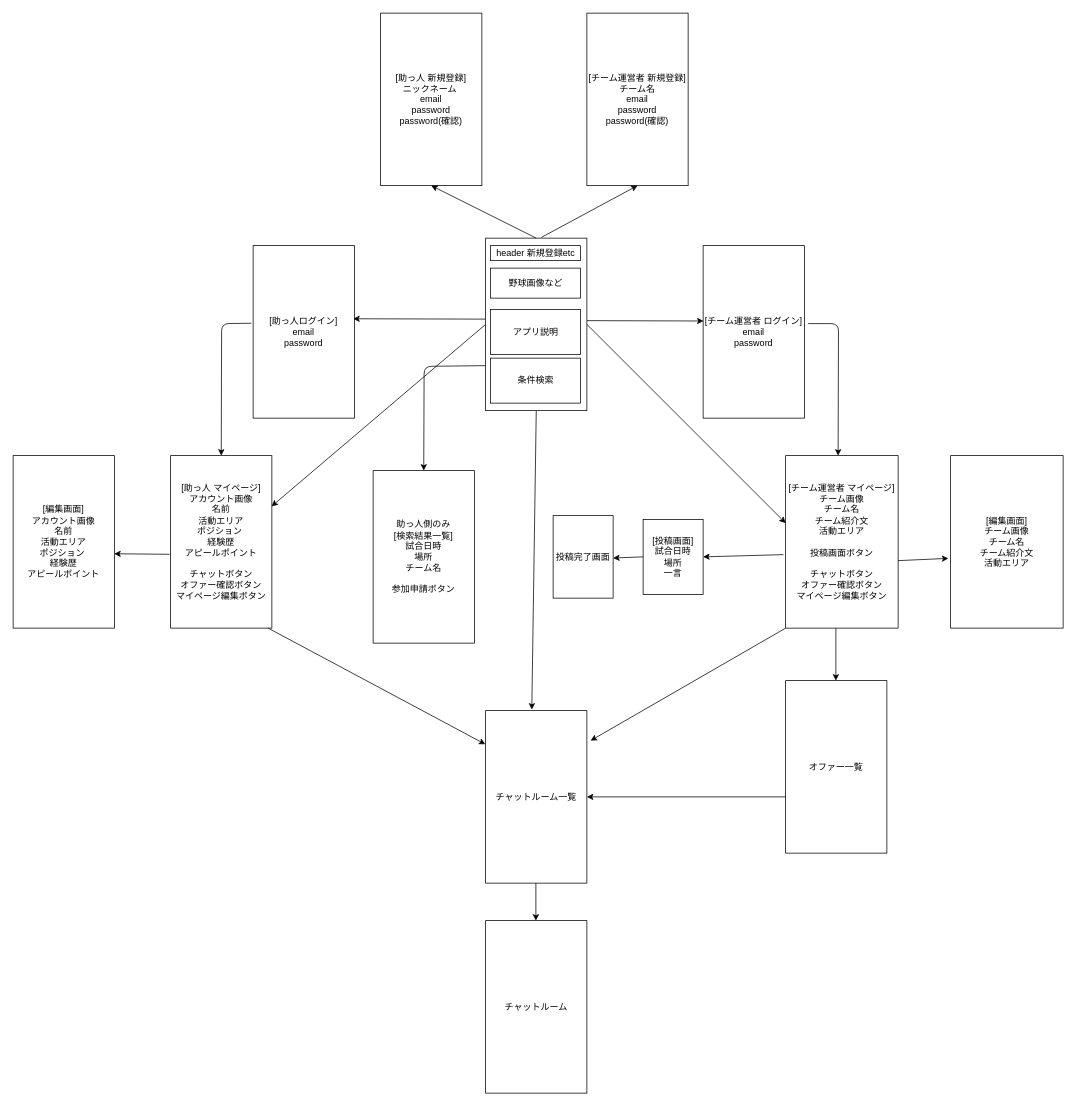
Earlier version of the draw.io diagram demo.drawio (rikudomoto/webtest). Source tidied: cells renumbered, new cells numbered last; positions are measured from the earlier drawing's top-left corner, leaving out a move shared by most shapes. Both pictures are drawn from the tidied source at 75%, with x=0, y=0 at pixel (13, 13).
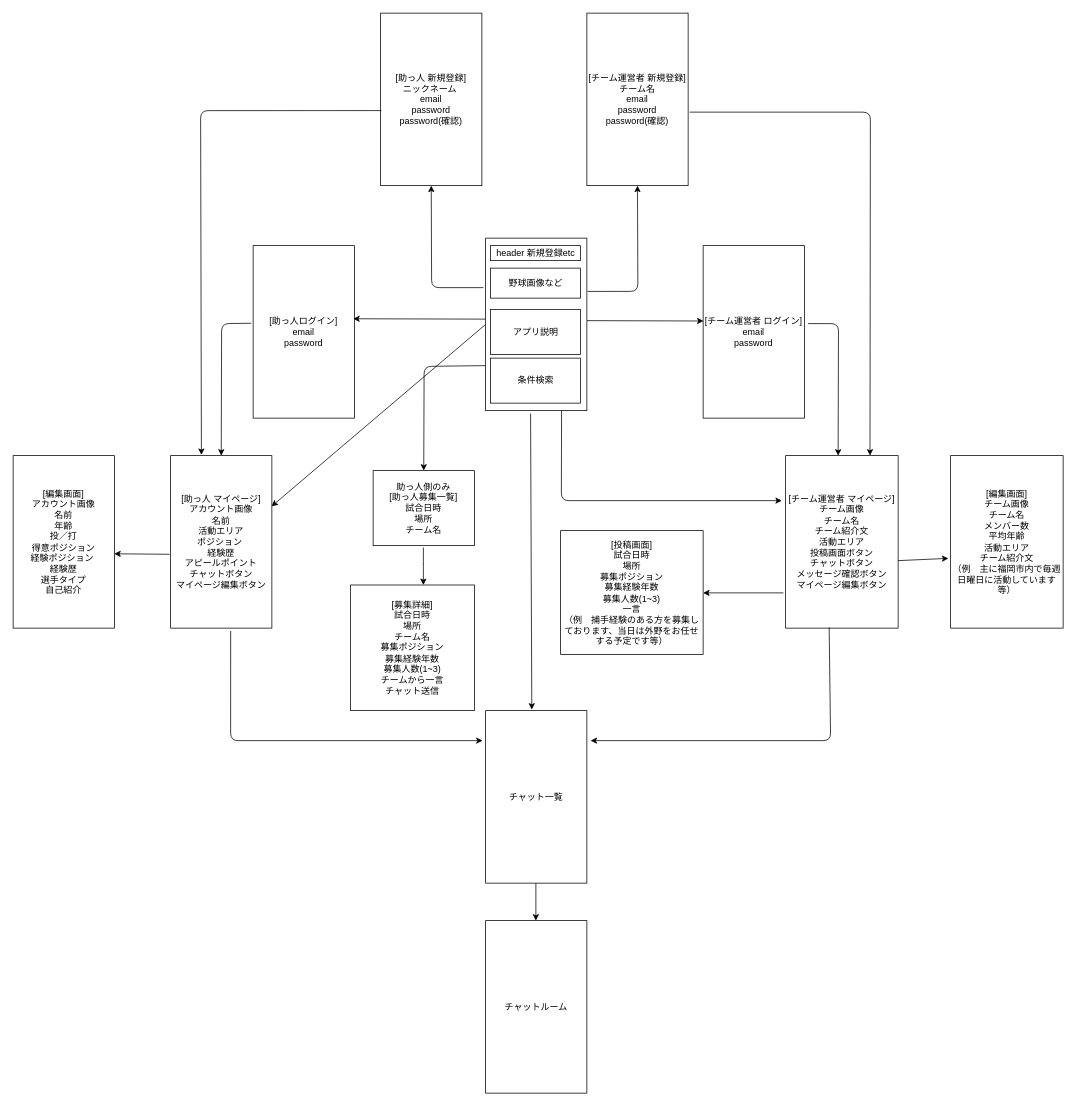
After the change.

Commit message (it also covers changes not shown here):
画面遷移図の修正

The change refers to these unchanged cells:
```xml
<mxCell id="25" value="[助っ人 新規登録]&lt;br&gt;ニックネーム&amp;nbsp;&lt;br&gt;email&lt;br&gt;password&lt;br&gt;password(確認)" style="rounded=0;whiteSpace=wrap;html=1;" parent="1" vertex="1">
  <mxGeometry x="490" width="135" height="230" as="geometry" />
</mxCell>
<mxCell id="27" style="rounded=0;whiteSpace=wrap;html=1;" parent="1" vertex="1">
  <mxGeometry x="630" y="300" width="135" height="230" as="geometry" />
</mxCell>
<mxCell id="33" value="[チーム運営者 新規登録]&lt;br&gt;チーム名&lt;br&gt;email&lt;br&gt;password&lt;br&gt;password(確認)" style="rounded=0;whiteSpace=wrap;html=1;" parent="1" vertex="1">
  <mxGeometry x="765" width="135" height="230" as="geometry" />
</mxCell>
```

The edit, as a diff of the source:
```diff
@@
-    <mxCell id="4" value="助っ人側のみ&lt;br&gt;[検索結果一覧]&lt;br&gt;試合日時&lt;br&gt;場所&lt;br&gt;チーム名&lt;br&gt;&lt;br&gt;参加申請ボタン" style="rounded=0;whiteSpace=wrap;html=1;" parent="1" vertex="1">
-      <mxGeometry x="480" y="610" width="135" height="230" as="geometry" />
+    <mxCell id="4" value="助っ人側のみ&lt;br&gt;[助っ人募集一覧]&lt;br&gt;試合日時&lt;br&gt;場所&lt;br&gt;チーム名" style="rounded=0;whiteSpace=wrap;html=1;" parent="1" vertex="1">
+      <mxGeometry x="480" y="610" width="135" height="100" as="geometry" />
     </mxCell>
-    <mxCell id="5" value="[投稿画面]&lt;br&gt;試合日時&lt;br&gt;場所&lt;br&gt;一言" style="rounded=0;whiteSpace=wrap;html=1;" parent="1" vertex="1">
-      <mxGeometry x="840" y="675" width="80" height="100" as="geometry" />
+    <mxCell id="5" value="[投稿画面]&lt;br&gt;試合日時&lt;br&gt;場所&lt;br&gt;募集ポジション&lt;br&gt;募集経験年数&lt;br&gt;募集人数(1~3)&lt;br&gt;一言&lt;br&gt;（例　捕手経験のある方を募集しております、当日は外野をお任せする予定です等）" style="rounded=0;whiteSpace=wrap;html=1;" parent="1" vertex="1">
+      <mxGeometry x="730" y="690" width="190" height="165" as="geometry" />
     </mxCell>
-    <mxCell id="6" value="[助っ人 マイページ]&lt;br&gt;アカウント画像&lt;br&gt;名前&lt;br&gt;活動エリア&lt;br&gt;ポジション&amp;nbsp;&lt;br&gt;経験歴&lt;br&gt;アピールポイント&lt;br&gt;&lt;br&gt;チャットボタン&lt;br&gt;オファー確認ボタン&lt;br&gt;マイページ編集ボタン" style="rounded=0;whiteSpace=wrap;html=1;" parent="1" vertex="1">
+    <mxCell id="6" value="[助っ人 マイページ]&lt;br&gt;アカウント画像&lt;br&gt;名前&lt;br&gt;活動エリア&lt;br&gt;ポジション&amp;nbsp;&lt;br&gt;経験歴&lt;br&gt;アピールポイント&lt;br&gt;チャットボタン&lt;br&gt;マイページ編集ボタン" style="rounded=0;whiteSpace=wrap;html=1;" parent="1" vertex="1">
       <mxGeometry x="210" y="590" width="135" height="230" as="geometry" />
     </mxCell>
-    <mxCell id="7" value="[チーム運営者 マイページ]&lt;br&gt;チーム画像&lt;br&gt;チーム名&lt;br&gt;チーム紹介文&lt;br&gt;活動エリア&lt;br&gt;&lt;br&gt;投稿画面ボタン&lt;br&gt;&lt;br&gt;チャットボタン&lt;br&gt;オファー確認ボタン&lt;br&gt;マイページ編集ボタン" style="rounded=0;whiteSpace=wrap;html=1;" parent="1" vertex="1">
+    <mxCell id="7" value="[チーム運営者 マイページ]&lt;br&gt;チーム画像&lt;br&gt;チーム名&lt;br&gt;チーム紹介文&lt;br&gt;活動エリア&lt;br&gt;投稿画面ボタン&lt;br&gt;チャットボタン&lt;br&gt;メッセージ確認ボタン&lt;br&gt;マイページ編集ボタン" style="rounded=0;whiteSpace=wrap;html=1;" parent="1" vertex="1">
       <mxGeometry x="1030" y="590" width="150" height="230" as="geometry" />
     </mxCell>
-    <mxCell id="8" value="チャットルーム一覧" style="rounded=0;whiteSpace=wrap;html=1;" parent="1" vertex="1">
+    <mxCell id="8" value="チャット一覧" style="rounded=0;whiteSpace=wrap;html=1;" parent="1" vertex="1">
       <mxGeometry x="630" y="930" width="135" height="230" as="geometry" />
     </mxCell>
-    <mxCell id="9" value="オファー一覧" style="rounded=0;whiteSpace=wrap;html=1;" parent="1" vertex="1">
-      <mxGeometry x="1030" y="890" width="135" height="230" as="geometry" />
-    </mxCell>
@@
-    <mxCell id="15" style="endArrow=classic;html=1;exitX=-0.02;exitY=0.574;exitDx=0;exitDy=0;exitPerimeter=0;entryX=1;entryY=0.5;entryDx=0;entryDy=0;" parent="1" edge="1" source="7" target="5">
-      <mxGeometry relative="1" as="geometry" />
+    <mxCell id="15" style="endArrow=classic;html=1;" parent="1" edge="1">
+      <mxGeometry relative="1" as="geometry">
+        <mxPoint x="1027" y="773" as="sourcePoint" />
+        <mxPoint x="920" y="773" as="targetPoint" />
+      </mxGeometry>
     </mxCell>
-    <mxCell id="16" style="endArrow=classic;html=1;entryX=0.5;entryY=0;entryDx=0;entryDy=0;exitX=0.5;exitY=1;exitDx=0;exitDy=0;" parent="1" edge="1">
-      <mxGeometry relative="1" as="geometry">
-        <mxPoint x="1097" y="820" as="sourcePoint" />
-        <mxPoint x="1097" y="890" as="targetPoint" />
-      </mxGeometry>
-    </mxCell>
-    <mxCell id="17" style="endArrow=classic;html=1;entryX=-0.003;entryY=0.195;entryDx=0;entryDy=0;entryPerimeter=0;" parent="1" edge="1" target="8">
+    <mxCell id="17" style="endArrow=classic;html=1;exitX=0.593;exitY=1.017;exitDx=0;exitDy=0;exitPerimeter=0;entryX=-0.03;entryY=0.174;entryDx=0;entryDy=0;entryPerimeter=0;" parent="1" edge="1" source="6" target="8">
       <mxGeometry relative="1" as="geometry">
-        <mxPoint x="340" y="820" as="sourcePoint" />
+        <Array as="points">
+          <mxPoint x="290" y="970" />
+        </Array>
       </mxGeometry>
     </mxCell>
-    <mxCell id="18" style="endArrow=classic;html=1;exitX=0;exitY=1;exitDx=0;exitDy=0;" parent="1" edge="1" source="7">
+    <mxCell id="18" style="endArrow=classic;html=1;exitX=0.387;exitY=0.996;exitDx=0;exitDy=0;exitPerimeter=0;" parent="1" edge="1" source="7">
       <mxGeometry relative="1" as="geometry">
         <mxPoint x="770" y="970" as="targetPoint" />
+        <Array as="points">
+          <mxPoint x="1090" y="970" />
+        </Array>
       </mxGeometry>
     </mxCell>
-    <mxCell id="19" style="endArrow=classic;html=1;entryX=1;entryY=0.5;entryDx=0;entryDy=0;" parent="1" edge="1" target="8">
-      <mxGeometry relative="1" as="geometry">
-        <mxPoint x="1030" y="1045" as="sourcePoint" />
-      </mxGeometry>
-    </mxCell>
-    <mxCell id="20" style="endArrow=classic;html=1;entryX=0.456;entryY=-0.006;entryDx=0;entryDy=0;entryPerimeter=0;exitX=0.5;exitY=1;exitDx=0;exitDy=0;" parent="1" edge="1" source="27" target="8">
+    <mxCell id="20" style="endArrow=classic;html=1;entryX=0.456;entryY=-0.006;entryDx=0;entryDy=0;entryPerimeter=0;exitX=0.444;exitY=1.017;exitDx=0;exitDy=0;exitPerimeter=0;" parent="1" edge="1" source="27" target="8">
       <mxGeometry relative="1" as="geometry" />
     </mxCell>
@@
-    <mxCell id="22" style="endArrow=classic;html=1;entryX=0;entryY=0.391;entryDx=0;entryDy=0;entryPerimeter=0;exitX=1;exitY=0.5;exitDx=0;exitDy=0;" parent="1" edge="1" source="27" target="7">
-      <mxGeometry relative="1" as="geometry" />
+    <mxCell id="22" style="endArrow=classic;html=1;exitX=0.75;exitY=1;exitDx=0;exitDy=0;" parent="1" edge="1" source="27">
+      <mxGeometry relative="1" as="geometry">
+        <mxPoint x="1025" y="650" as="targetPoint" />
+        <Array as="points">
+          <mxPoint x="731" y="650" />
+        </Array>
+      </mxGeometry>
     </mxCell>
@@
-    <mxCell id="28" style="endArrow=classic;html=1;entryX=0.5;entryY=1;entryDx=0;entryDy=0;exitX=0.5;exitY=0;exitDx=0;exitDy=0;" parent="1" edge="1" source="27" target="25">
-      <mxGeometry relative="1" as="geometry" />
+    <mxCell id="28" style="endArrow=classic;html=1;entryX=0.5;entryY=1;entryDx=0;entryDy=0;exitX=-0.022;exitY=0.287;exitDx=0;exitDy=0;exitPerimeter=0;" parent="1" edge="1" source="27" target="25">
+      <mxGeometry relative="1" as="geometry">
+        <Array as="points">
+          <mxPoint x="558" y="366" />
+        </Array>
+      </mxGeometry>
     </mxCell>
@@
-    <mxCell id="34" style="endArrow=classic;html=1;entryX=0.5;entryY=1;entryDx=0;entryDy=0;exitX=0.55;exitY=-0.004;exitDx=0;exitDy=0;exitPerimeter=0;" parent="1" edge="1" source="27" target="33">
-      <mxGeometry relative="1" as="geometry" />
+    <mxCell id="34" style="endArrow=classic;html=1;entryX=0.5;entryY=1;entryDx=0;entryDy=0;exitX=1.007;exitY=0.309;exitDx=0;exitDy=0;exitPerimeter=0;" parent="1" edge="1" source="27" target="33">
+      <mxGeometry relative="1" as="geometry">
+        <Array as="points">
+          <mxPoint x="833" y="371" />
+        </Array>
+      </mxGeometry>
     </mxCell>
-    <mxCell id="35" value="[編集画面]&lt;br&gt;アカウント画像&lt;br&gt;名前&lt;br&gt;活動エリア&lt;br&gt;ポジション&amp;nbsp;&lt;br&gt;経験歴&lt;br&gt;アピールポイント" style="rounded=0;whiteSpace=wrap;html=1;" parent="1" vertex="1">
+    <mxCell id="35" value="[編集画面]&lt;br&gt;アカウント画像&lt;br&gt;名前&lt;br&gt;年齢&lt;br&gt;投／打&lt;br&gt;得意ポジション&lt;br&gt;経験ポジション&amp;nbsp;&lt;br&gt;経験歴&lt;br&gt;選手タイプ&lt;br&gt;自己紹介" style="rounded=0;whiteSpace=wrap;html=1;" parent="1" vertex="1">
       <mxGeometry y="590" width="135" height="230" as="geometry" />
     </mxCell>
@@
-    <mxCell id="37" value="[編集画面]&lt;br&gt;チーム画像&lt;br&gt;チーム名&lt;br&gt;チーム紹介文&lt;br&gt;活動エリア" style="rounded=0;whiteSpace=wrap;html=1;" parent="1" vertex="1">
+    <mxCell id="37" value="[編集画面]&lt;br&gt;チーム画像&lt;br&gt;チーム名&lt;br&gt;メンバー数&lt;br&gt;平均年齢&lt;br&gt;活動エリア&lt;br&gt;チーム紹介文&lt;br&gt;（例　主に福岡市内で毎週日曜日に活動しています等）" style="rounded=0;whiteSpace=wrap;html=1;" parent="1" vertex="1">
       <mxGeometry x="1250" y="590" width="150" height="230" as="geometry" />
     </mxCell>
@@
-    <mxCell id="39" value="投稿完了画面" style="rounded=0;whiteSpace=wrap;html=1;" parent="1" vertex="1">
-      <mxGeometry x="720" y="670" width="80" height="110" as="geometry" />
-    </mxCell>
-    <mxCell id="40" style="endArrow=classic;html=1;entryX=1;entryY=0.5;entryDx=0;entryDy=0;exitX=0;exitY=0.5;exitDx=0;exitDy=0;" parent="1" edge="1" source="5">
-      <mxGeometry relative="1" as="geometry">
-        <mxPoint x="800" y="726.5" as="targetPoint" />
-      </mxGeometry>
-    </mxCell>
+    <mxCell id="41" style="endArrow=classic;html=1;exitX=1.015;exitY=0.574;exitDx=0;exitDy=0;exitPerimeter=0;entryX=0.75;entryY=0;entryDx=0;entryDy=0;" parent="1" edge="1" source="33" target="7">
+      <mxGeometry relative="1" as="geometry">
+        <Array as="points">
+          <mxPoint x="1143" y="132" />
+        </Array>
+      </mxGeometry>
+    </mxCell>
+    <mxCell id="42" style="endArrow=classic;html=1;exitX=0.007;exitY=0.565;exitDx=0;exitDy=0;exitPerimeter=0;entryX=0.304;entryY=-0.004;entryDx=0;entryDy=0;entryPerimeter=0;" parent="1" edge="1" source="25" target="6">
+      <mxGeometry relative="1" as="geometry">
+        <Array as="points">
+          <mxPoint x="250" y="130" />
+        </Array>
+      </mxGeometry>
+    </mxCell>
+    <mxCell id="43" value="[募集詳細]&lt;br&gt;試合日時&lt;br&gt;場所&lt;br&gt;チーム名&lt;br&gt;募集ポジション&lt;br&gt;募集経験年数&lt;br&gt;募集人数(1~3)&lt;br&gt;チームから一言&lt;br&gt;チャット送信" style="rounded=0;whiteSpace=wrap;html=1;" parent="1" vertex="1">
+      <mxGeometry x="450" y="762.5" width="165" height="167.5" as="geometry" />
+    </mxCell>
+    <mxCell id="44" style="endArrow=classic;html=1;" parent="1" edge="1">
+      <mxGeometry relative="1" as="geometry">
+        <mxPoint x="547" y="712.5" as="sourcePoint" />
+        <mxPoint x="547" y="762.5" as="targetPoint" />
+        <Array as="points">
+          <mxPoint x="547" y="732.5" />
+          <mxPoint x="547" y="742.5" />
+        </Array>
+      </mxGeometry>
+    </mxCell>
```
